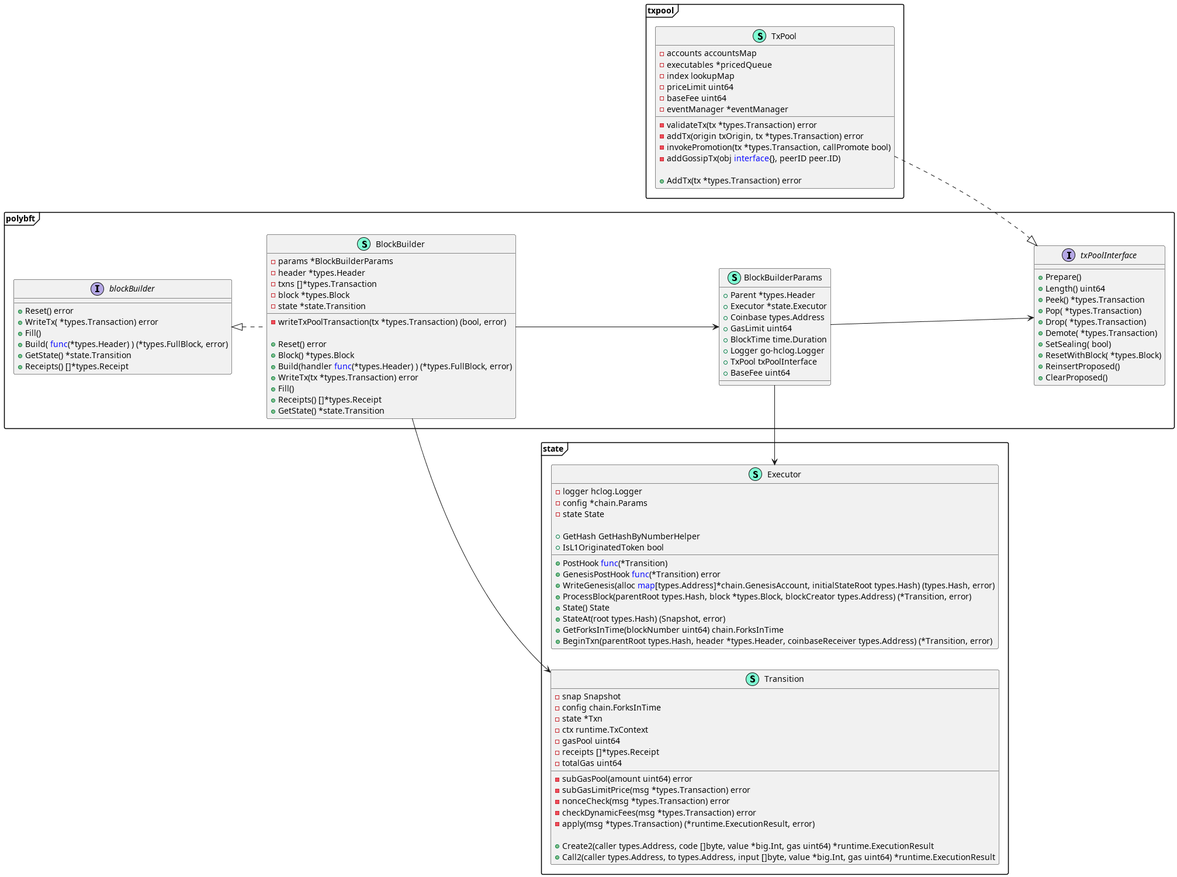
Earlier version of the PlantUML export gitbook/.gitbook/assets/polybft_block_creation (1).png (Ethernal-Tech/blade-legacy).
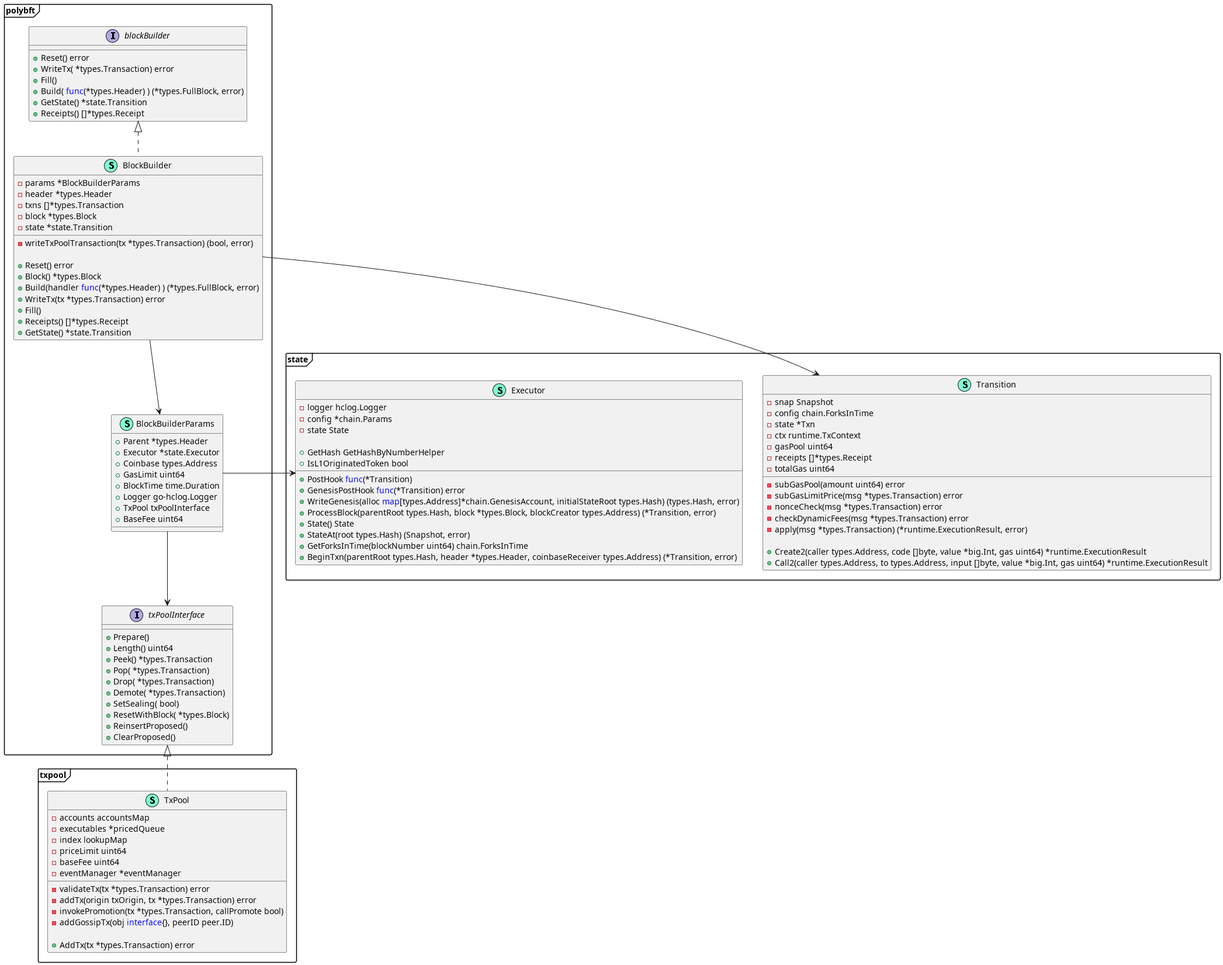
After the commit.

Change to the diagram source:
```diff
@@ -1,6 +1,5 @@
 @startuml
 skinparam packageStyle frame
-left to right direction
 namespace polybft {
     class BlockBuilder << (S,Aquamarine) >> {
         - params *BlockBuilderParams
@@ -119,10 +118,10 @@
 }
 
 "polybft.blockBuilder" <|.. "polybft.BlockBuilder"
-"polybft.txPoolInterface" <|.u. "txpool.TxPool"
+"polybft.txPoolInterface" <|.. "txpool.TxPool"
 "polybft.BlockBuilderParams" --> "polybft.txPoolInterface"
 "polybft.BlockBuilder" -->  "polybft.BlockBuilderParams"
-"polybft.BlockBuilder" -u->  "state.Transition"
+"polybft.BlockBuilder" -r->  "state.Transition"
 "polybft.BlockBuilderParams" -r-> "state.Executor"
 
 
```
